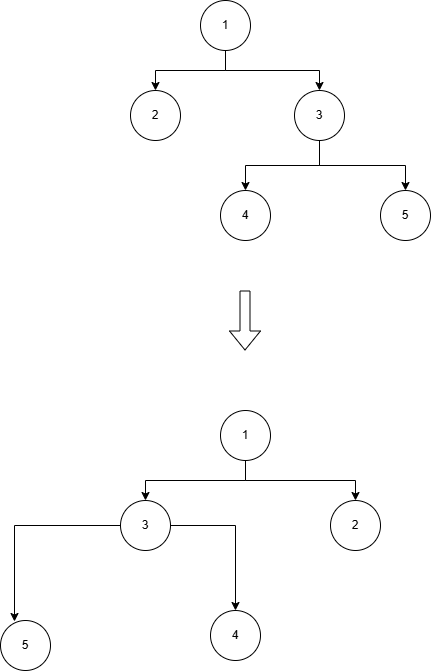
The draw.io diagram UML/翻转二叉树.drawio.png in Luozujian/draw, before a commit. Source tidied: cells renumbered, new cells last; positions are measured from the earlier drawing's top-left corner, leaving out a move shared by most shapes.
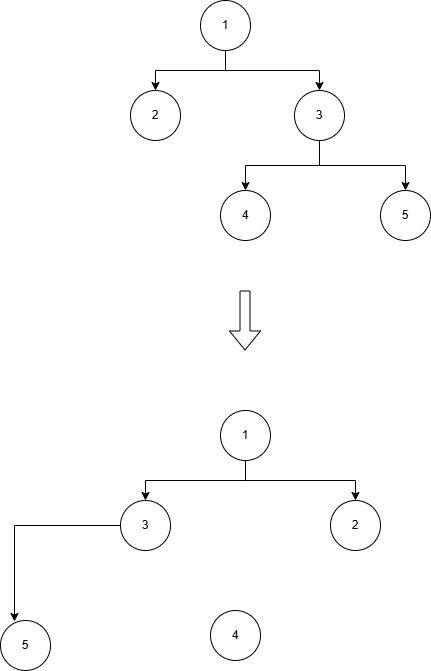
Later version of the same file.

Commit message:
更新翻转二叉树.drawio.png

What changed in the source:
```diff
@@ -50,9 +50,6 @@
     <mxCell id="14" value="1" style="ellipse;whiteSpace=wrap;html=1;" parent="1" vertex="1">
       <mxGeometry x="220" y="410" width="50" height="50" as="geometry" />
     </mxCell>
-    <mxCell id="15" style="edgeStyle=orthogonalEdgeStyle;rounded=0;jettySize=auto;html=1;entryX=0.5;entryY=0;entryDx=0;entryDy=0;" parent="1" edge="1" source="16" target="19">
-      <mxGeometry relative="1" as="geometry" />
-    </mxCell>
     <mxCell id="16" value="3" style="ellipse;whiteSpace=wrap;html=1;" parent="1" vertex="1">
       <mxGeometry x="120" y="500" width="50" height="50" as="geometry" />
     </mxCell>
```
